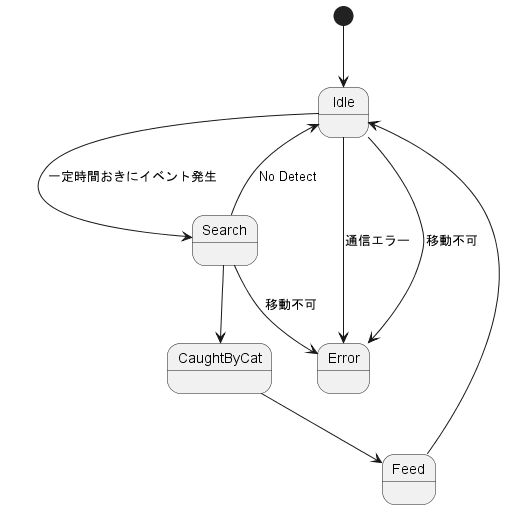
yudai0804/cat-gpt keeps this PlantUML diagram as uml/out/state_machine/all/all.png. Above is the earlier version.
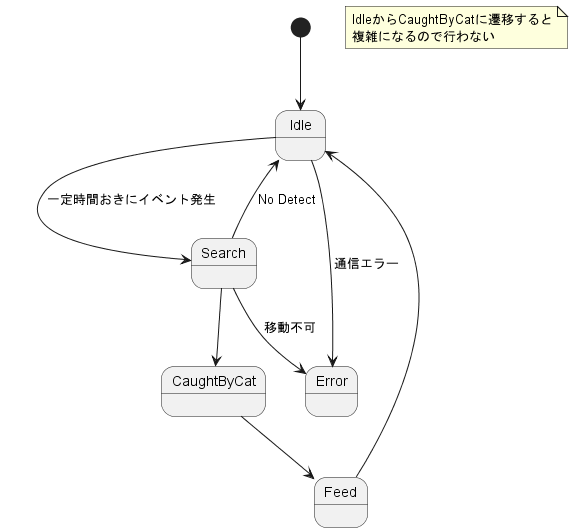
Later version of the same file.

Diff of the diagram source:
```diff
@@ -1,8 +1,8 @@
 @startuml
 [*] --> Idle
+note "IdleからCaughtByCatに遷移すると\n複雑になるので行わない" as N1
 Idle --> Search : 一定時間おきにイベント発生
 Idle --> Error : 通信エラー
-Idle --> Error : 移動不可
 Search --> Idle : No Detect
 Search --> CaughtByCat
 Search --> Error : 移動不可
```
